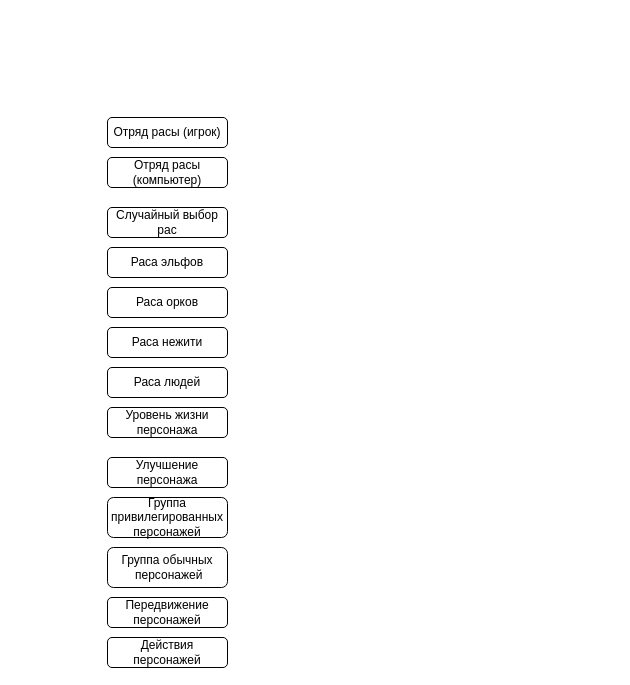
The draw.io diagram src/main/java/ru/job4j/stream/Untitled Diagram.drawio in IvanKozhevnikov/job4j_tracker, before the edit. Source tidied: cells renumbered, new cells numbered last; positions are measured from the earlier drawing's top-left corner, leaving out a move shared by most shapes. Both pictures are drawn from the tidied source at 100%, with x=0, y=0 at pixel (107, 117).
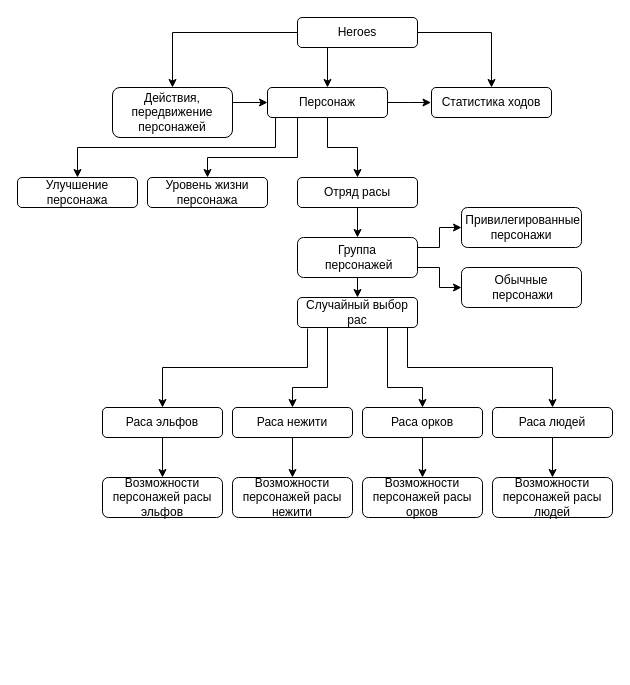
The same diagram, later.

Diff of the diagram source:
```diff
@@
-    <mxCell id="2" value="Отряд расы (игрок)" style="rounded=1;whiteSpace=wrap;html=1;" parent="1" vertex="1">
-      <mxGeometry width="120" height="30" as="geometry" />
+    <mxCell id="2" value="Отряд расы" style="rounded=1;whiteSpace=wrap;html=1;" parent="1" vertex="1">
+      <mxGeometry x="190" y="60" width="120" height="30" as="geometry" />
     </mxCell>
-    <mxCell id="3" value="Отряд расы (компьютер)" style="rounded=1;whiteSpace=wrap;html=1;" parent="1" vertex="1">
-      <mxGeometry y="40" width="120" height="30" as="geometry" />
-    </mxCell>
+    <mxCell id="15" style="edgeStyle=orthogonalEdgeStyle;rounded=0;jettySize=auto;html=1;entryX=0.5;entryY=0;entryDx=0;entryDy=0;exitX=0.5;exitY=1;exitDx=0;exitDy=0;" parent="1" edge="1" source="43" target="4">
+      <mxGeometry relative="1" as="geometry" />
+    </mxCell>
+    <mxCell id="16" style="edgeStyle=orthogonalEdgeStyle;rounded=0;jettySize=auto;html=1;entryX=0.5;entryY=0;entryDx=0;entryDy=0;" parent="1" edge="1" target="5">
+      <mxGeometry relative="1" as="geometry">
+        <mxPoint x="200" y="211" as="sourcePoint" />
+        <Array as="points">
+          <mxPoint x="200" y="250" />
+          <mxPoint x="55" y="250" />
+        </Array>
+      </mxGeometry>
+    </mxCell>
+    <mxCell id="17" style="edgeStyle=orthogonalEdgeStyle;rounded=0;jettySize=auto;html=1;exitX=0.25;exitY=1;exitDx=0;exitDy=0;entryX=0.5;entryY=0;entryDx=0;entryDy=0;" parent="1" edge="1" source="4" target="7">
+      <mxGeometry relative="1" as="geometry">
+        <Array as="points">
+          <mxPoint x="220" y="270" />
+          <mxPoint x="185" y="270" />
+        </Array>
+      </mxGeometry>
+    </mxCell>
+    <mxCell id="18" style="edgeStyle=orthogonalEdgeStyle;rounded=0;jettySize=auto;html=1;exitX=0.5;exitY=1;exitDx=0;exitDy=0;entryX=0.5;entryY=0;entryDx=0;entryDy=0;" parent="1" edge="1" source="4" target="6">
+      <mxGeometry relative="1" as="geometry">
+        <Array as="points">
+          <mxPoint x="280" y="210" />
+          <mxPoint x="280" y="270" />
+          <mxPoint x="315" y="270" />
+        </Array>
+      </mxGeometry>
+    </mxCell>
+    <mxCell id="19" style="edgeStyle=orthogonalEdgeStyle;rounded=0;jettySize=auto;html=1;exitX=0.75;exitY=1;exitDx=0;exitDy=0;entryX=0.5;entryY=0;entryDx=0;entryDy=0;" parent="1" edge="1" source="4" target="8">
+      <mxGeometry relative="1" as="geometry">
+        <Array as="points">
+          <mxPoint x="300" y="210" />
+          <mxPoint x="300" y="250" />
+          <mxPoint x="445" y="250" />
+        </Array>
+      </mxGeometry>
+    </mxCell>
     <mxCell id="4" value="Случайный выбор рас" style="rounded=1;whiteSpace=wrap;html=1;" parent="1" vertex="1">
-      <mxGeometry y="90" width="120" height="30" as="geometry" />
+      <mxGeometry x="190" y="180" width="120" height="30" as="geometry" />
     </mxCell>
+    <mxCell id="20" style="edgeStyle=orthogonalEdgeStyle;rounded=0;jettySize=auto;html=1;exitX=0.5;exitY=1;exitDx=0;exitDy=0;entryX=0.5;entryY=0;entryDx=0;entryDy=0;" parent="1" edge="1" source="5" target="29">
+      <mxGeometry relative="1" as="geometry" />
+    </mxCell>
     <mxCell id="5" value="Раса эльфов" style="rounded=1;whiteSpace=wrap;html=1;" parent="1" vertex="1">
-      <mxGeometry y="130" width="120" height="30" as="geometry" />
+      <mxGeometry x="-5" y="290" width="120" height="30" as="geometry" />
     </mxCell>
+    <mxCell id="21" style="edgeStyle=orthogonalEdgeStyle;rounded=0;jettySize=auto;html=1;exitX=0.5;exitY=1;exitDx=0;exitDy=0;entryX=0.5;entryY=0;entryDx=0;entryDy=0;" parent="1" edge="1" source="6" target="30">
+      <mxGeometry relative="1" as="geometry" />
+    </mxCell>
     <mxCell id="6" value="Раса орков" style="rounded=1;whiteSpace=wrap;html=1;" parent="1" vertex="1">
-      <mxGeometry y="170" width="120" height="30" as="geometry" />
+      <mxGeometry x="255" y="290" width="120" height="30" as="geometry" />
     </mxCell>
+    <mxCell id="22" style="edgeStyle=orthogonalEdgeStyle;rounded=0;jettySize=auto;html=1;exitX=0.5;exitY=1;exitDx=0;exitDy=0;entryX=0.5;entryY=0;entryDx=0;entryDy=0;" parent="1" edge="1" source="7" target="31">
+      <mxGeometry relative="1" as="geometry" />
+    </mxCell>
     <mxCell id="7" value="Раса нежити" style="rounded=1;whiteSpace=wrap;html=1;" parent="1" vertex="1">
-      <mxGeometry y="210" width="120" height="30" as="geometry" />
+      <mxGeometry x="125" y="290" width="120" height="30" as="geometry" />
     </mxCell>
+    <mxCell id="23" style="edgeStyle=orthogonalEdgeStyle;rounded=0;jettySize=auto;html=1;exitX=0.5;exitY=1;exitDx=0;exitDy=0;entryX=0.5;entryY=0;entryDx=0;entryDy=0;" parent="1" edge="1" source="8" target="32">
+      <mxGeometry relative="1" as="geometry" />
+    </mxCell>
     <mxCell id="8" value="Раса людей" style="rounded=1;whiteSpace=wrap;html=1;" parent="1" vertex="1">
-      <mxGeometry y="250" width="120" height="30" as="geometry" />
+      <mxGeometry x="385" y="290" width="120" height="30" as="geometry" />
     </mxCell>
     <mxCell id="9" value="Уровень жизни персонажа" style="rounded=1;whiteSpace=wrap;html=1;" parent="1" vertex="1">
-      <mxGeometry y="290" width="120" height="30" as="geometry" />
+      <mxGeometry x="40" y="60" width="120" height="30" as="geometry" />
     </mxCell>
     <mxCell id="10" value="Улучшение персонажа" style="rounded=1;whiteSpace=wrap;html=1;" parent="1" vertex="1">
-      <mxGeometry y="340" width="120" height="30" as="geometry" />
+      <mxGeometry x="-90" y="60" width="120" height="30" as="geometry" />
     </mxCell>
+    <mxCell id="24" style="edgeStyle=orthogonalEdgeStyle;rounded=0;jettySize=auto;html=1;exitX=1;exitY=0.25;exitDx=0;exitDy=0;entryX=0;entryY=0.5;entryDx=0;entryDy=0;" parent="1" edge="1" source="43" target="11">
+      <mxGeometry relative="1" as="geometry" />
+    </mxCell>
-    <mxCell id="11" value="Группа привилегированных персонажей" style="rounded=1;whiteSpace=wrap;html=1;" parent="1" vertex="1">
-      <mxGeometry y="380" width="120" height="40" as="geometry" />
+    <mxCell id="11" value="&amp;nbsp;Привилегированные персонажи" style="rounded=1;whiteSpace=wrap;html=1;" parent="1" vertex="1">
+      <mxGeometry x="354" y="90" width="120" height="40" as="geometry" />
     </mxCell>
+    <mxCell id="25" style="edgeStyle=orthogonalEdgeStyle;rounded=0;jettySize=auto;html=1;exitX=1;exitY=0.75;exitDx=0;exitDy=0;entryX=0;entryY=0.5;entryDx=0;entryDy=0;" parent="1" edge="1" source="43" target="12">
+      <mxGeometry relative="1" as="geometry" />
+    </mxCell>
-    <mxCell id="12" value="Группа обычных&lt;br&gt;&amp;nbsp;персонажей" style="rounded=1;whiteSpace=wrap;html=1;" parent="1" vertex="1">
-      <mxGeometry y="430" width="120" height="40" as="geometry" />
+    <mxCell id="12" value="Обычные&lt;br&gt;&amp;nbsp;персонажи" style="rounded=1;whiteSpace=wrap;html=1;" parent="1" vertex="1">
+      <mxGeometry x="354" y="150" width="120" height="40" as="geometry" />
     </mxCell>
-    <mxCell id="13" value="Передвижение персонажей" style="rounded=1;whiteSpace=wrap;html=1;" parent="1" vertex="1">
-      <mxGeometry y="480" width="120" height="30" as="geometry" />
-    </mxCell>
+    <mxCell id="26" style="edgeStyle=orthogonalEdgeStyle;rounded=0;jettySize=auto;html=1;exitX=1;exitY=0.25;exitDx=0;exitDy=0;entryX=0;entryY=0.5;entryDx=0;entryDy=0;" parent="1" edge="1" source="14" target="40">
+      <mxGeometry relative="1" as="geometry">
+        <Array as="points">
+          <mxPoint x="125" y="-15" />
+        </Array>
+      </mxGeometry>
+    </mxCell>
+    <mxCell id="27" style="edgeStyle=orthogonalEdgeStyle;rounded=0;jettySize=auto;html=1;exitX=0.067;exitY=0.967;exitDx=0;exitDy=0;entryX=0.5;entryY=0;entryDx=0;entryDy=0;exitPerimeter=0;" parent="1" edge="1" source="40" target="10">
+      <mxGeometry relative="1" as="geometry" />
+    </mxCell>
-    <mxCell id="14" value="Действия&lt;br&gt;персонажей" style="rounded=1;whiteSpace=wrap;html=1;" parent="1" vertex="1">
-      <mxGeometry y="520" width="120" height="30" as="geometry" />
+    <mxCell id="14" value="Действия, передвижение&lt;br&gt;персонажей" style="rounded=1;whiteSpace=wrap;html=1;" parent="1" vertex="1">
+      <mxGeometry x="5" y="-30" width="120" height="50" as="geometry" />
     </mxCell>
+    <mxCell id="28" value="Статистика ходов" style="rounded=1;whiteSpace=wrap;html=1;" parent="1" vertex="1">
+      <mxGeometry x="324" y="-30" width="120" height="30" as="geometry" />
+    </mxCell>
+    <mxCell id="29" value="Возможности персонажей расы эльфов" style="rounded=1;whiteSpace=wrap;html=1;" parent="1" vertex="1">
+      <mxGeometry x="-5" y="360" width="120" height="40" as="geometry" />
+    </mxCell>
+    <mxCell id="30" value="Возможности персонажей расы орков" style="rounded=1;whiteSpace=wrap;html=1;" parent="1" vertex="1">
+      <mxGeometry x="255" y="360" width="120" height="40" as="geometry" />
+    </mxCell>
+    <mxCell id="31" value="Возможности персонажей расы нежити" style="rounded=1;whiteSpace=wrap;html=1;" parent="1" vertex="1">
+      <mxGeometry x="125" y="360" width="120" height="40" as="geometry" />
+    </mxCell>
+    <mxCell id="32" value="Возможности персонажей расы людей" style="rounded=1;whiteSpace=wrap;html=1;" parent="1" vertex="1">
+      <mxGeometry x="385" y="360" width="120" height="40" as="geometry" />
+    </mxCell>
+    <mxCell id="33" style="edgeStyle=orthogonalEdgeStyle;rounded=0;jettySize=auto;html=1;exitX=0.25;exitY=1;exitDx=0;exitDy=0;entryX=0.5;entryY=0;entryDx=0;entryDy=0;" parent="1" edge="1" source="36" target="40">
+      <mxGeometry relative="1" as="geometry" />
+    </mxCell>
+    <mxCell id="34" style="edgeStyle=orthogonalEdgeStyle;rounded=0;jettySize=auto;html=1;exitX=0;exitY=0.5;exitDx=0;exitDy=0;entryX=0.5;entryY=0;entryDx=0;entryDy=0;" parent="1" edge="1" source="36" target="14">
+      <mxGeometry relative="1" as="geometry" />
+    </mxCell>
+    <mxCell id="35" style="edgeStyle=orthogonalEdgeStyle;rounded=0;jettySize=auto;html=1;exitX=1;exitY=0.5;exitDx=0;exitDy=0;entryX=0.5;entryY=0;entryDx=0;entryDy=0;" parent="1" edge="1" source="36" target="28">
+      <mxGeometry relative="1" as="geometry" />
+    </mxCell>
+    <mxCell id="36" value="Heroes" style="rounded=1;whiteSpace=wrap;html=1;" parent="1" vertex="1">
+      <mxGeometry x="190" y="-100" width="120" height="30" as="geometry" />
+    </mxCell>
+    <mxCell id="37" style="edgeStyle=orthogonalEdgeStyle;rounded=0;jettySize=auto;html=1;exitX=1;exitY=0.5;exitDx=0;exitDy=0;entryX=0;entryY=0.5;entryDx=0;entryDy=0;" parent="1" edge="1" source="40">
+      <mxGeometry relative="1" as="geometry">
+        <mxPoint x="323.5" y="-15" as="targetPoint" />
+      </mxGeometry>
+    </mxCell>
+    <mxCell id="38" style="edgeStyle=orthogonalEdgeStyle;rounded=0;jettySize=auto;html=1;exitX=0.25;exitY=1;exitDx=0;exitDy=0;" parent="1" edge="1" source="40" target="9">
+      <mxGeometry relative="1" as="geometry">
+        <Array as="points">
+          <mxPoint x="190" y="40" />
+          <mxPoint x="100" y="40" />
+        </Array>
+      </mxGeometry>
+    </mxCell>
+    <mxCell id="39" style="edgeStyle=orthogonalEdgeStyle;rounded=0;jettySize=auto;html=1;exitX=0.5;exitY=1;exitDx=0;exitDy=0;entryX=0.5;entryY=0;entryDx=0;entryDy=0;" parent="1" edge="1" source="40" target="2">
+      <mxGeometry relative="1" as="geometry" />
+    </mxCell>
+    <mxCell id="40" value="Персонаж" style="rounded=1;whiteSpace=wrap;html=1;" parent="1" vertex="1">
+      <mxGeometry x="160" y="-30" width="120" height="30" as="geometry" />
+    </mxCell>
+    <mxCell id="41" style="edgeStyle=orthogonalEdgeStyle;rounded=0;orthogonalLoop=1;jettySize=auto;html=1;exitX=0.5;exitY=1;exitDx=0;exitDy=0;" parent="1" edge="1" source="14" target="14">
+      <mxGeometry relative="1" as="geometry" />
+    </mxCell>
+    <mxCell id="42" style="edgeStyle=orthogonalEdgeStyle;rounded=0;jettySize=auto;html=1;entryX=0.5;entryY=0;entryDx=0;entryDy=0;exitX=0.5;exitY=1;exitDx=0;exitDy=0;" parent="1" edge="1" source="2" target="43">
+      <mxGeometry relative="1" as="geometry" />
+    </mxCell>
+    <mxCell id="43" value="Группа&lt;br&gt;&amp;nbsp;персонажей" style="rounded=1;whiteSpace=wrap;html=1;" parent="1" vertex="1">
+      <mxGeometry x="190" y="120" width="120" height="40" as="geometry" />
+    </mxCell>
```
